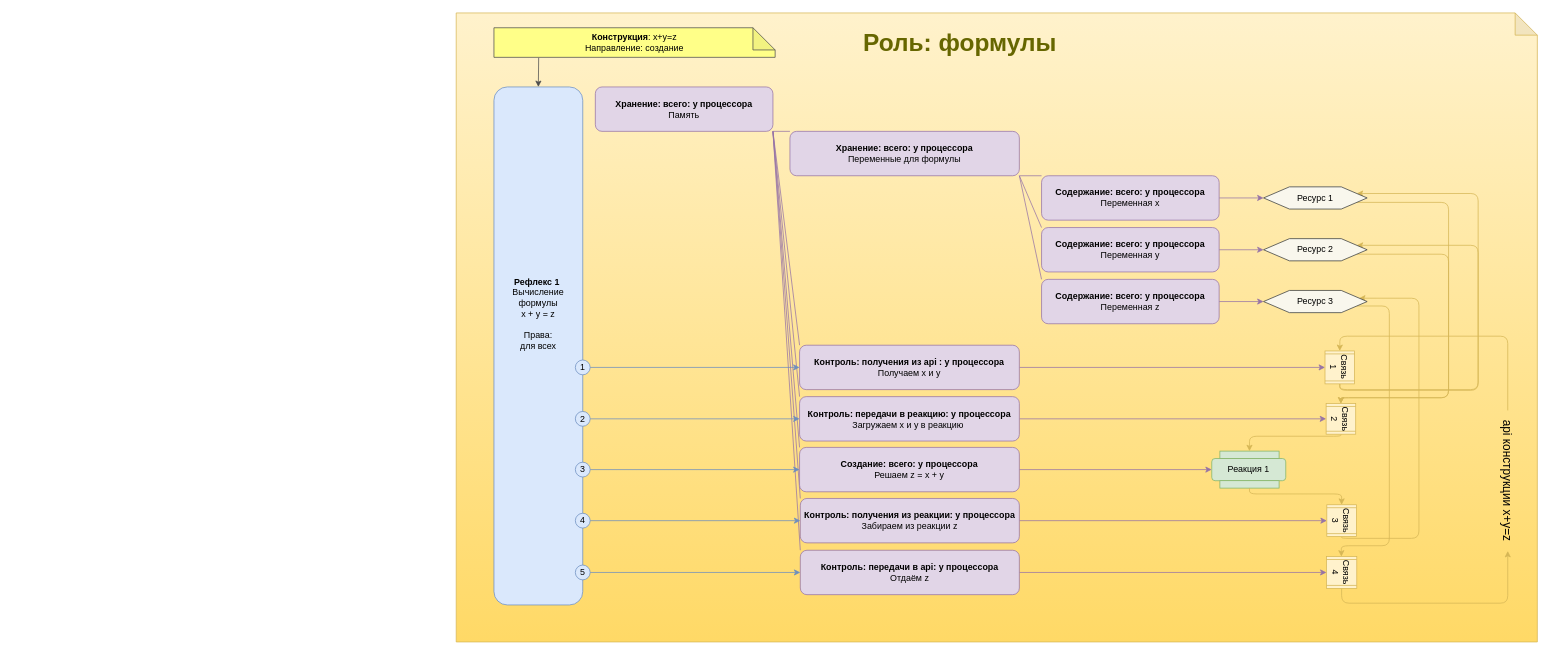
This is Картинки/Взаимодействие ядра.drawio from it-architector/invention.csdr, a draw.io file, before an edit. Source tidied: cells renumbered, new cells numbered last; positions are measured from the earlier drawing's top-left corner, leaving out a move shared by most shapes. Both pictures are drawn from the tidied source at 74%, with x=0, y=0 at pixel (456, 13).
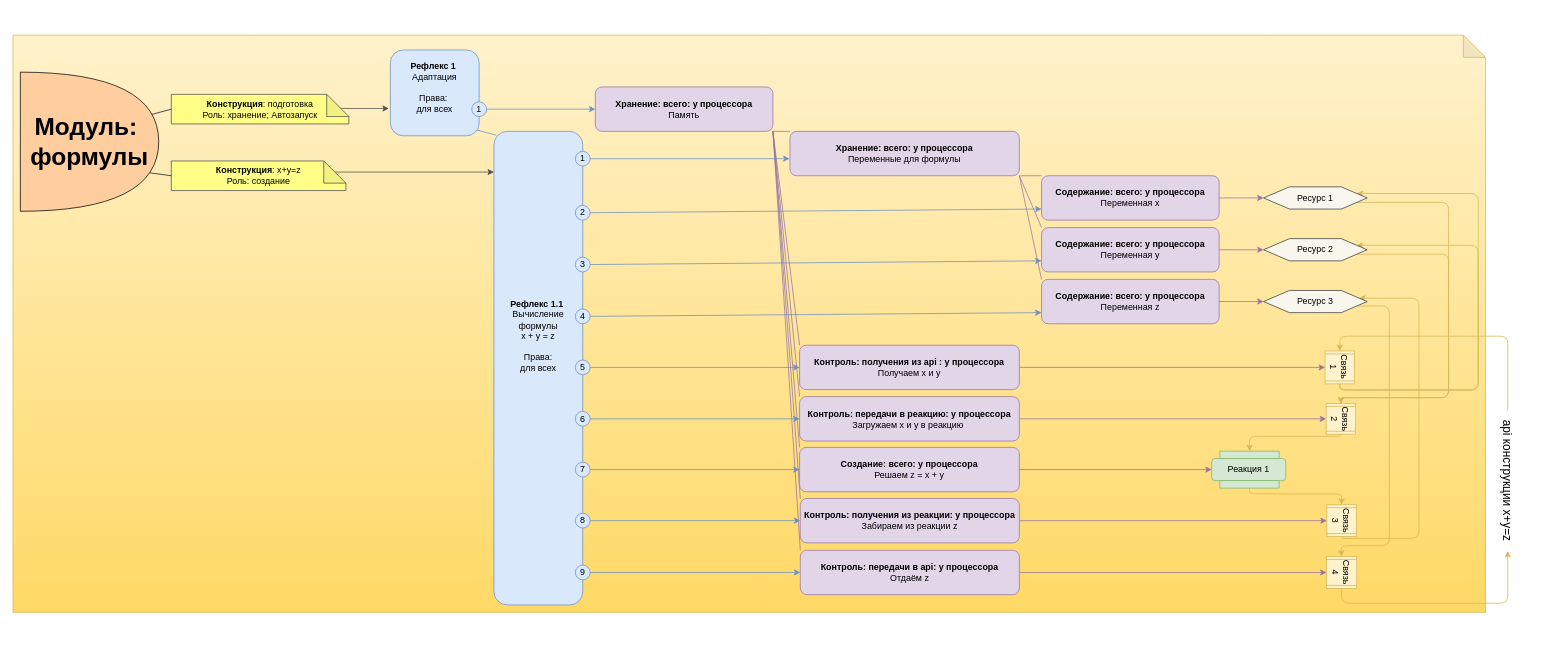
Above is the later version.

The change refers to these unchanged cells:
```xml
<mxCell id="9" value="&lt;b&gt;Хранение: всего: у&amp;nbsp;&lt;/b&gt;&lt;b&gt;процессора&lt;/b&gt;&lt;br&gt;Память" style="rounded=1;whiteSpace=wrap;html=1;fillColor=#E1D5E7;strokeColor=#9673A6;gradientColor=none;" parent="1" vertex="1">
  <mxGeometry x="188" y="100" width="240" height="60" as="geometry" />
</mxCell>
<mxCell id="11" value="&lt;b&gt;Содержание: всего: у&amp;nbsp;&lt;/b&gt;&lt;b&gt;процессора&lt;/b&gt;&lt;br&gt;Переменная z" style="rounded=1;whiteSpace=wrap;html=1;fillColor=#e1d5e7;strokeColor=#9673a6;" parent="1" vertex="1">
  <mxGeometry x="791" y="360" width="240" height="60" as="geometry" />
</mxCell>
<mxCell id="18" value="&lt;b&gt;Хранение: всего: у&amp;nbsp;&lt;/b&gt;&lt;b&gt;процессора&lt;/b&gt;&lt;br&gt;Переменные для формулы" style="rounded=1;whiteSpace=wrap;html=1;fillColor=#e1d5e7;strokeColor=#9673a6;gradientColor=none;" parent="1" vertex="1">
  <mxGeometry x="451" y="160" width="310" height="60" as="geometry" />
</mxCell>
<mxCell id="20" value="&lt;b&gt;Содержание: всего: у&amp;nbsp;&lt;/b&gt;&lt;b&gt;процессора&lt;/b&gt;&lt;br&gt;Переменная x" style="rounded=1;whiteSpace=wrap;html=1;fillColor=#e1d5e7;strokeColor=#9673A6;" parent="1" vertex="1">
  <mxGeometry x="791" y="220" width="240" height="60" as="geometry" />
</mxCell>
<mxCell id="22" value="&lt;b&gt;Содержание: всего: у&amp;nbsp;&lt;/b&gt;&lt;b&gt;процессора&lt;/b&gt;&lt;br&gt;Переменная y" style="rounded=1;whiteSpace=wrap;html=1;fillColor=#e1d5e7;strokeColor=#9673a6;" parent="1" vertex="1">
  <mxGeometry x="791" y="290" width="240" height="60" as="geometry" />
</mxCell>
```

Diff of the diagram source:
```diff
@@
     <mxCell id="2" style="shape=note;whiteSpace=wrap;html=1;backgroundOutline=1;darkOpacity=0.05;fillColor=#fff2cc;strokeColor=#d6b656;gradientColor=#ffd966;" parent="1" vertex="1">
-      <mxGeometry width="1461" height="850" as="geometry" />
+      <mxGeometry x="-599" y="30" width="1990" height="780" as="geometry" />
     </mxCell>
@@
+    <mxCell id="66" style="rounded=0;jettySize=auto;html=1;entryX=0.97;entryY=0.933;entryDx=0;entryDy=0;entryPerimeter=0;endArrow=none;endFill=0;exitX=0.027;exitY=0.008;exitDx=0;exitDy=0;exitPerimeter=0;strokeColor=#6C8EBF;" parent="1" edge="1" source="34" target="75">
+      <mxGeometry relative="1" as="geometry" />
+    </mxCell>
+    <mxCell id="67" style="rounded=1;jettySize=auto;html=1;exitX=1;exitY=0.5;exitDx=0;exitDy=0;entryX=-0.002;entryY=0.616;entryDx=0;entryDy=0;endArrow=classic;endFill=1;strokeColor=#6C8EBF;entryPerimeter=0;" parent="1" edge="1" source="77" target="18">
+      <mxGeometry relative="1" as="geometry" />
+    </mxCell>
+    <mxCell id="68" style="edgeStyle=none;rounded=1;jettySize=auto;html=1;exitX=1;exitY=0.5;exitDx=0;exitDy=0;entryX=0;entryY=0.75;entryDx=0;entryDy=0;endArrow=classic;endFill=1;strokeColor=#6C8EBF;" parent="1" edge="1" source="82" target="20">
+      <mxGeometry relative="1" as="geometry" />
+    </mxCell>
-    <mxCell id="34" value="&lt;b&gt;Рефлекс 1&lt;/b&gt;&lt;span&gt;&amp;nbsp;&lt;/span&gt;&lt;br&gt;&lt;span&gt;Вычисление формулы &lt;br&gt;x + y = z&lt;br&gt;&lt;br&gt;Права: &lt;br&gt;для всех&lt;br&gt;&lt;br&gt;&lt;br&gt;&lt;br&gt;&lt;br&gt;&lt;br&gt;&lt;br&gt;&lt;/span&gt;" style="rounded=1;whiteSpace=wrap;html=1;strokeColor=#6C8EBF;fillColor=#DAE8FC;align=center;verticalAlign=middle;" parent="1" vertex="1">
-      <mxGeometry x="51" y="100" width="120" height="700" as="geometry" />
+    <mxCell id="34" value="&lt;b&gt;Рефлекс 1.1&lt;/b&gt;&lt;span&gt;&amp;nbsp;&lt;/span&gt;&lt;br&gt;&lt;span&gt;Вычисление формулы &lt;br&gt;x + y = z&lt;br&gt;&lt;br&gt;Права: &lt;br&gt;для всех&lt;br&gt;&lt;br&gt;&lt;br&gt;&lt;br&gt;&lt;br&gt;&lt;br&gt;&lt;br&gt;&lt;/span&gt;" style="rounded=1;whiteSpace=wrap;html=1;strokeColor=#6C8EBF;fillColor=#DAE8FC;align=center;verticalAlign=middle;" parent="1" vertex="1">
+      <mxGeometry x="51" y="160" width="120" height="640" as="geometry" />
     </mxCell>
@@
-    <mxCell id="45" value="1" style="ellipse;whiteSpace=wrap;html=1;strokeColor=#6C8EBF;fillColor=#DAE8FC;" parent="1" vertex="1">
+    <mxCell id="45" value="5" style="ellipse;whiteSpace=wrap;html=1;strokeColor=#6C8EBF;fillColor=#DAE8FC;" parent="1" vertex="1">
       <mxGeometry x="161" y="469" width="20" height="20" as="geometry" />
     </mxCell>
-    <mxCell id="46" value="2" style="ellipse;whiteSpace=wrap;html=1;strokeColor=#6C8EBF;fillColor=#DAE8FC;" parent="1" vertex="1">
+    <mxCell id="46" value="6" style="ellipse;whiteSpace=wrap;html=1;strokeColor=#6C8EBF;fillColor=#DAE8FC;" parent="1" vertex="1">
       <mxGeometry x="161" y="538.5" width="20" height="20" as="geometry" />
     </mxCell>
-    <mxCell id="47" value="3" style="ellipse;whiteSpace=wrap;html=1;strokeColor=#6C8EBF;fillColor=#DAE8FC;" parent="1" vertex="1">
+    <mxCell id="47" value="7" style="ellipse;whiteSpace=wrap;html=1;strokeColor=#6C8EBF;fillColor=#DAE8FC;" parent="1" vertex="1">
       <mxGeometry x="161" y="607.1" width="20" height="20" as="geometry" />
     </mxCell>
-    <mxCell id="48" value="4" style="ellipse;whiteSpace=wrap;html=1;strokeColor=#6C8EBF;fillColor=#DAE8FC;" parent="1" vertex="1">
+    <mxCell id="48" value="8" style="ellipse;whiteSpace=wrap;html=1;strokeColor=#6C8EBF;fillColor=#DAE8FC;" parent="1" vertex="1">
       <mxGeometry x="161" y="676.1" width="20" height="20" as="geometry" />
     </mxCell>
-    <mxCell id="49" value="5" style="ellipse;whiteSpace=wrap;html=1;strokeColor=#6C8EBF;fillColor=#DAE8FC;" parent="1" vertex="1">
+    <mxCell id="49" value="9" style="ellipse;whiteSpace=wrap;html=1;strokeColor=#6C8EBF;fillColor=#DAE8FC;" parent="1" vertex="1">
       <mxGeometry x="161" y="746.1" width="20" height="20" as="geometry" />
     </mxCell>
-    <mxCell id="50" value="&lt;font style=&quot;font-size: 33px&quot; color=&quot;#666600&quot;&gt;&lt;b&gt;Роль: формулы&lt;br&gt;&lt;/b&gt;&lt;/font&gt;&lt;font style=&quot;font-size: 33px&quot; color=&quot;#666600&quot;&gt;&lt;b&gt;&lt;br&gt;&lt;/b&gt;&lt;/font&gt;" style="text;html=1;strokeColor=none;fillColor=none;align=center;verticalAlign=middle;whiteSpace=wrap;rounded=0;" parent="1" vertex="1">
-      <mxGeometry x="231" y="50" width="900" height="20" as="geometry" />
-    </mxCell>
@@
-    <mxCell id="55" style="edgeStyle=orthogonalEdgeStyle;rounded=1;jettySize=auto;html=1;exitX=0.159;exitY=1.014;exitDx=0;exitDy=0;exitPerimeter=0;entryX=0.5;entryY=0;entryDx=0;entryDy=0;endArrow=classic;endFill=1;strokeColor=#4D4D4D;" parent="1" edge="1" source="56" target="34">
-      <mxGeometry relative="1" as="geometry" />
-    </mxCell>
+    <mxCell id="69" style="edgeStyle=orthogonalEdgeStyle;rounded=1;jettySize=auto;html=1;exitX=0;exitY=0;exitDx=221;exitDy=15;exitPerimeter=0;endArrow=classic;endFill=1;strokeColor=#4D4D4D;" parent="1" edge="1" source="56">
+      <mxGeometry relative="1" as="geometry">
+        <mxPoint x="51" y="215" as="targetPoint" />
+        <Array as="points">
+          <mxPoint x="51" y="215" />
+        </Array>
+      </mxGeometry>
+    </mxCell>
+    <mxCell id="70" style="edgeStyle=none;rounded=1;jettySize=auto;html=1;exitX=0;exitY=0.5;exitDx=0;exitDy=0;exitPerimeter=0;entryX=0.931;entryY=0.723;entryDx=0;entryDy=0;entryPerimeter=0;endArrow=none;endFill=0;strokeColor=#10151C;" parent="1" edge="1" source="56" target="76">
+      <mxGeometry relative="1" as="geometry" />
+    </mxCell>
-    <mxCell id="56" value="&lt;b&gt;Конструкция&lt;/b&gt;:&amp;nbsp;x+y=z&lt;br&gt;Направление: создание" style="shape=note;whiteSpace=wrap;html=1;backgroundOutline=1;darkOpacity=0.05;fillColor=#FFFF88;strokeColor=#4D4D4D;" parent="1" vertex="1">
-      <mxGeometry x="51" y="20" width="380" height="40" as="geometry" />
+    <mxCell id="56" value="&lt;b&gt;Конструкция&lt;/b&gt;:&amp;nbsp;x+y=z&lt;br&gt;Роль: создание" style="shape=note;whiteSpace=wrap;html=1;backgroundOutline=1;darkOpacity=0.05;fillColor=#FFFF88;strokeColor=#4D4D4D;" parent="1" vertex="1">
+      <mxGeometry x="-385" y="200" width="236" height="40" as="geometry" />
     </mxCell>
@@
+    <mxCell id="71" style="edgeStyle=orthogonalEdgeStyle;rounded=1;jettySize=auto;html=1;exitX=0;exitY=0;exitDx=225;exitDy=15;exitPerimeter=0;entryX=-0.017;entryY=0.682;entryDx=0;entryDy=0;endArrow=classic;endFill=1;strokeColor=#4D4D4D;entryPerimeter=0;" parent="1" edge="1" source="73" target="75">
+      <mxGeometry relative="1" as="geometry">
+        <Array as="points">
+          <mxPoint x="-160" y="129" />
+        </Array>
+      </mxGeometry>
+    </mxCell>
+    <mxCell id="72" style="edgeStyle=none;rounded=1;jettySize=auto;html=1;exitX=0;exitY=0.5;exitDx=0;exitDy=0;exitPerimeter=0;entryX=0.951;entryY=0.304;entryDx=0;entryDy=0;entryPerimeter=0;endArrow=none;endFill=0;strokeColor=#10151C;" parent="1" edge="1" source="73" target="76">
+      <mxGeometry relative="1" as="geometry" />
+    </mxCell>
+    <mxCell id="73" value="&lt;b&gt;Конструкция&lt;/b&gt;:&amp;nbsp;подготовка&lt;br&gt;Роль: хранение; Автозапуск" style="shape=note;whiteSpace=wrap;html=1;backgroundOutline=1;darkOpacity=0.05;fillColor=#FFFF88;strokeColor=#4D4D4D;" parent="1" vertex="1">
+      <mxGeometry x="-385" y="110" width="240" height="40" as="geometry" />
+    </mxCell>
+    <mxCell id="74" style="edgeStyle=orthogonalEdgeStyle;rounded=1;jettySize=auto;html=1;exitX=1;exitY=0.5;exitDx=0;exitDy=0;endArrow=classic;endFill=1;strokeColor=#6C8EBF;" parent="1" edge="1" source="83" target="9">
+      <mxGeometry relative="1" as="geometry" />
+    </mxCell>
+    <mxCell id="75" value="&lt;b&gt;Рефлекс 1&lt;/b&gt;&lt;span&gt;&amp;nbsp;&lt;/span&gt;&lt;br&gt;&lt;span&gt;Адаптация&lt;br&gt;&lt;br&gt;&lt;/span&gt;Права:&amp;nbsp;&lt;br&gt;для всех&lt;span&gt;&lt;br&gt;&lt;br&gt;&lt;/span&gt;" style="rounded=1;whiteSpace=wrap;html=1;strokeColor=#6C8EBF;fillColor=#DAE8FC;align=center;verticalAlign=middle;" parent="1" vertex="1">
+      <mxGeometry x="-89" y="50" width="120" height="116" as="geometry" />
+    </mxCell>
+    <mxCell id="76" value="&lt;b style=&quot;font-size: 33px&quot;&gt;Модуль:&amp;nbsp;&lt;br&gt;формулы&lt;br&gt;&lt;/b&gt;" style="shape=or;whiteSpace=wrap;html=1;fillColor=#FFCE9F;" parent="1" vertex="1">
+      <mxGeometry x="-589" y="80" width="187" height="188" as="geometry" />
+    </mxCell>
+    <mxCell id="77" value="1" style="ellipse;whiteSpace=wrap;html=1;strokeColor=#6C8EBF;fillColor=#DAE8FC;" parent="1" vertex="1">
+      <mxGeometry x="161" y="187" width="20" height="20" as="geometry" />
+    </mxCell>
+    <mxCell id="78" style="edgeStyle=none;rounded=1;jettySize=auto;html=1;exitX=1;exitY=0.5;exitDx=0;exitDy=0;endArrow=classic;endFill=1;strokeColor=#6C8EBF;entryX=0;entryY=0.75;entryDx=0;entryDy=0;" parent="1" edge="1" source="79" target="11">
+      <mxGeometry relative="1" as="geometry" />
+    </mxCell>
+    <mxCell id="79" value="4" style="ellipse;whiteSpace=wrap;html=1;strokeColor=#6C8EBF;fillColor=#DAE8FC;" parent="1" vertex="1">
+      <mxGeometry x="161" y="400" width="20" height="20" as="geometry" />
+    </mxCell>
+    <mxCell id="80" style="edgeStyle=none;rounded=1;jettySize=auto;html=1;exitX=1;exitY=0.5;exitDx=0;exitDy=0;entryX=0;entryY=0.75;entryDx=0;entryDy=0;endArrow=classic;endFill=1;strokeColor=#6C8EBF;" parent="1" edge="1" source="81" target="22">
+      <mxGeometry relative="1" as="geometry" />
+    </mxCell>
+    <mxCell id="81" value="3" style="ellipse;whiteSpace=wrap;html=1;strokeColor=#6C8EBF;fillColor=#DAE8FC;" parent="1" vertex="1">
+      <mxGeometry x="161" y="330" width="20" height="20" as="geometry" />
+    </mxCell>
+    <mxCell id="82" value="2" style="ellipse;whiteSpace=wrap;html=1;strokeColor=#6C8EBF;fillColor=#DAE8FC;" parent="1" vertex="1">
+      <mxGeometry x="161" y="260" width="20" height="20" as="geometry" />
+    </mxCell>
+    <mxCell id="83" value="1" style="ellipse;whiteSpace=wrap;html=1;strokeColor=#6C8EBF;fillColor=#DAE8FC;" parent="1" vertex="1">
+      <mxGeometry x="21" y="120" width="20" height="20" as="geometry" />
+    </mxCell>
```
